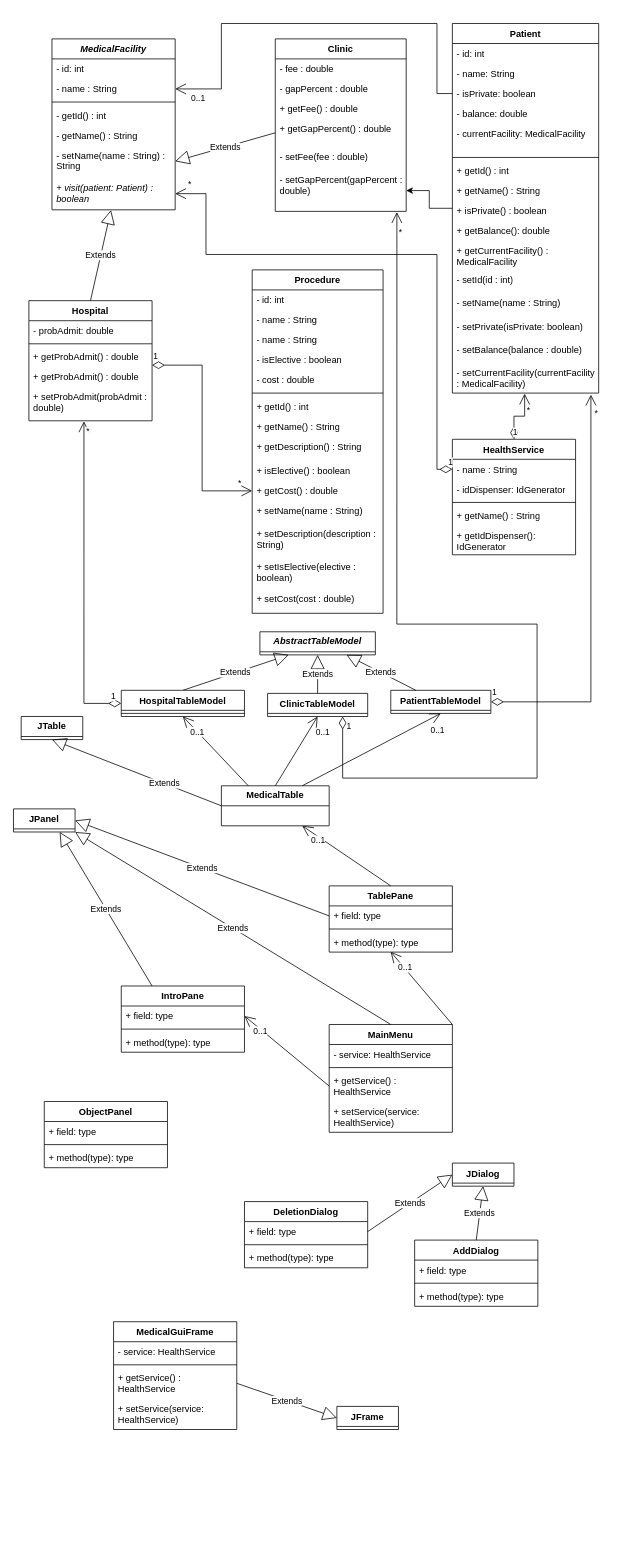
Above: UML_diagram.drawio in YvesStraten/medical-console-gui (draw.io), before the change. Source tidied: cells renumbered, new cells numbered last; positions are measured from the earlier drawing's top-left corner, leaving out a move shared by most shapes. Both pictures are drawn from the tidied source at 77%, with x=0, y=0 at pixel (13, 23).
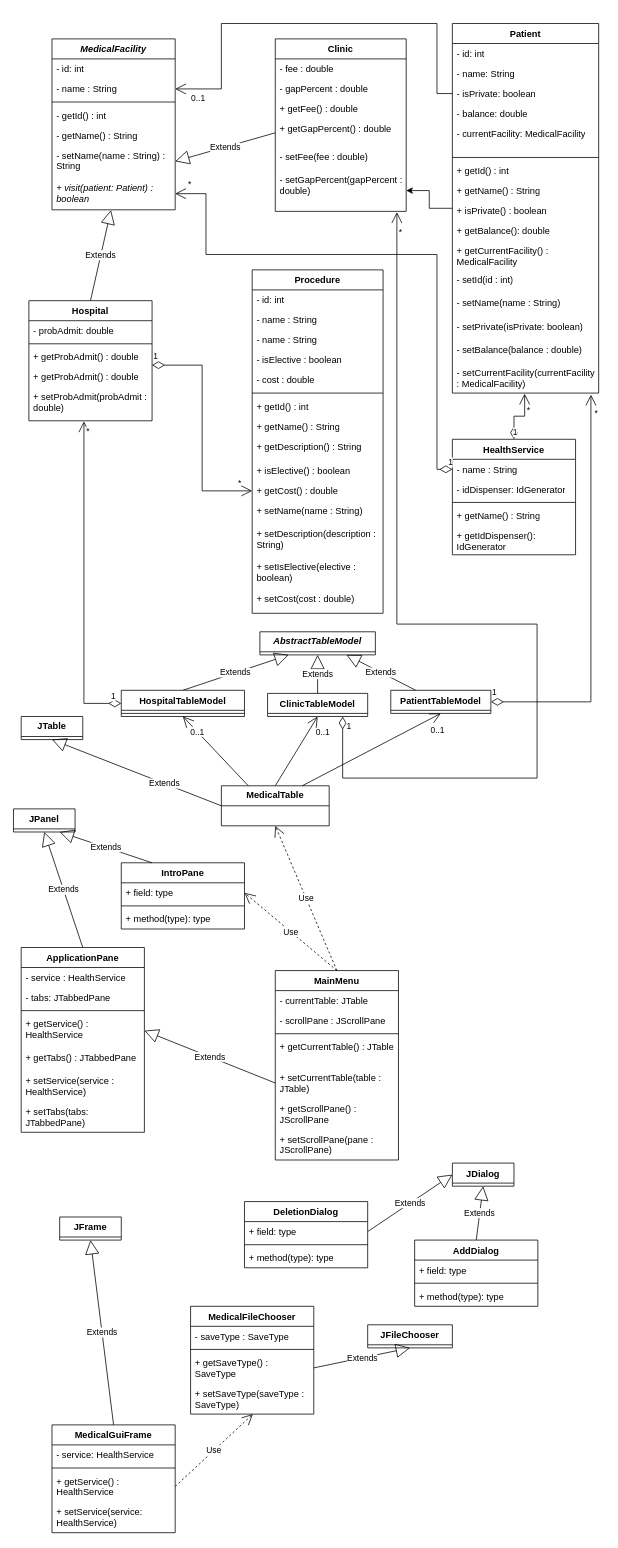
Above is the later version.

Commit message (it also covers changes not shown here):
Updated UML diagram and doc with changes

The change refers to these unchanged cells:
```xml
<mxCell id="2" value="&lt;b&gt;MedicalTable&lt;/b&gt;" style="swimlane;fontStyle=0;horizontal=1;startSize=26;fillColor=none;whiteSpace=wrap;html=1;" parent="1" vertex="1">
  <mxGeometry x="270" y="990" width="140" height="52" as="geometry" />
</mxCell>
<mxCell id="99" value="JPanel" style="swimlane;fontStyle=1;align=center;verticalAlign=top;horizontal=1;startSize=26;whiteSpace=wrap;html=1;" parent="1" vertex="1" collapsed="1">
  <mxGeometry y="1020" width="80" height="30" as="geometry" />
</mxCell>
<mxCell id="109" value="+ field: type" style="text;strokeColor=none;fillColor=none;align=left;verticalAlign=top;spacingLeft=4;spacingRight=4;overflow=hidden;points=[[0,0.5],[1,0.5]];portConstraint=eastwest;whiteSpace=wrap;html=1;" parent="108" vertex="1">
  <mxGeometry y="26" width="160" height="26" as="geometry" />
</mxCell>
<mxCell id="139" value="+ getService() : HealthService" style="text;strokeColor=none;fillColor=none;align=left;verticalAlign=top;spacingLeft=4;spacingRight=4;overflow=hidden;points=[[0,0.5],[1,0.5]];portConstraint=eastwest;whiteSpace=wrap;html=1;" parent="136" vertex="1">
  <mxGeometry y="60" width="160" height="40" as="geometry" />
</mxCell>
```

Diff of the diagram source:
```diff
@@
     <mxCell id="94" value="MainMenu" style="swimlane;fontStyle=1;align=center;verticalAlign=top;horizontal=1;startSize=26;whiteSpace=wrap;html=1;" parent="1" vertex="1">
-      <mxGeometry x="410" y="1300" width="160" height="140" as="geometry" />
+      <mxGeometry x="340" y="1230" width="160" height="246" as="geometry" />
     </mxCell>
-    <mxCell id="95" value="- service: HealthService" style="text;strokeColor=none;fillColor=none;align=left;verticalAlign=top;spacingLeft=4;spacingRight=4;overflow=hidden;whiteSpace=wrap;html=1;" parent="94" vertex="1">
+    <mxCell id="95" value="- currentTable: JTable&lt;div&gt;&lt;br&gt;&lt;/div&gt;" style="text;strokeColor=none;fillColor=none;align=left;verticalAlign=top;spacingLeft=4;spacingRight=4;overflow=hidden;whiteSpace=wrap;html=1;" parent="94" vertex="1">
       <mxGeometry y="26" width="160" height="26" as="geometry" />
     </mxCell>
+    <mxCell id="141" value="- scrollPane : JScrollPane" style="text;strokeColor=none;fillColor=none;align=left;verticalAlign=top;spacingLeft=4;spacingRight=4;overflow=hidden;whiteSpace=wrap;html=1;" parent="94" vertex="1">
+      <mxGeometry y="52" width="160" height="26" as="geometry" />
+    </mxCell>
     <mxCell id="96" style="line;strokeWidth=1;fillColor=none;align=left;verticalAlign=middle;spacingTop=-1;spacingLeft=3;spacingRight=3;labelPosition=right;strokeColor=inherit;" parent="94" vertex="1">
-      <mxGeometry y="52" width="160" height="8" as="geometry" />
+      <mxGeometry y="78" width="160" height="8" as="geometry" />
     </mxCell>
-    <mxCell id="97" value="+ getService() : HealthService" style="text;strokeColor=none;fillColor=none;align=left;verticalAlign=top;spacingLeft=4;spacingRight=4;overflow=hidden;points=[[0,0.5],[1,0.5]];portConstraint=eastwest;whiteSpace=wrap;html=1;" parent="94" vertex="1">
-      <mxGeometry y="60" width="160" height="40" as="geometry" />
+    <mxCell id="97" value="+ getCurrentTable() : JTable" style="text;strokeColor=none;fillColor=none;align=left;verticalAlign=top;spacingLeft=4;spacingRight=4;overflow=hidden;points=[[0,0.5],[1,0.5]];portConstraint=eastwest;whiteSpace=wrap;html=1;" parent="94" vertex="1">
+      <mxGeometry y="86" width="160" height="40" as="geometry" />
     </mxCell>
+    <mxCell id="142" value="+ setCurrentTable(table : JTable)" style="text;strokeColor=none;fillColor=none;align=left;verticalAlign=top;spacingLeft=4;spacingRight=4;overflow=hidden;points=[[0,0.5],[1,0.5]];portConstraint=eastwest;whiteSpace=wrap;html=1;" parent="94" vertex="1">
+      <mxGeometry y="126" width="160" height="40" as="geometry" />
+    </mxCell>
-    <mxCell id="98" value="+ setService(service: HealthService)" style="text;strokeColor=none;fillColor=none;align=left;verticalAlign=top;spacingLeft=4;spacingRight=4;overflow=hidden;whiteSpace=wrap;html=1;" parent="94" vertex="1">
-      <mxGeometry y="100" width="160" height="40" as="geometry" />
+    <mxCell id="98" value="+ getScrollPane() : JScrollPane" style="text;strokeColor=none;fillColor=none;align=left;verticalAlign=top;spacingLeft=4;spacingRight=4;overflow=hidden;whiteSpace=wrap;html=1;" parent="94" vertex="1">
+      <mxGeometry y="166" width="160" height="40" as="geometry" />
     </mxCell>
+    <mxCell id="143" value="+ setScrollPane(pane : JScrollPane)" style="text;strokeColor=none;fillColor=none;align=left;verticalAlign=top;spacingLeft=4;spacingRight=4;overflow=hidden;whiteSpace=wrap;html=1;" parent="94" vertex="1">
+      <mxGeometry y="206" width="160" height="40" as="geometry" />
+    </mxCell>
@@
-    <mxCell id="100" value="Extends" style="endArrow=block;endSize=16;endFill=0;html=1;rounded=0;entryX=1;entryY=1;entryDx=0;entryDy=0;exitX=0.5;exitY=0;exitDx=0;exitDy=0;" parent="1" edge="1" source="94" target="99">
-      <mxGeometry relative="1" as="geometry" />
-    </mxCell>
-    <mxCell id="101" value="TablePane" style="swimlane;fontStyle=1;align=center;verticalAlign=top;horizontal=1;startSize=26;whiteSpace=wrap;html=1;" parent="1" vertex="1">
-      <mxGeometry x="410" y="1120" width="160" height="86" as="geometry" />
-    </mxCell>
-    <mxCell id="102" value="+ field: type" style="text;strokeColor=none;fillColor=none;align=left;verticalAlign=top;spacingLeft=4;spacingRight=4;overflow=hidden;points=[[0,0.5],[1,0.5]];portConstraint=eastwest;whiteSpace=wrap;html=1;" parent="101" vertex="1">
-      <mxGeometry y="26" width="160" height="26" as="geometry" />
-    </mxCell>
-    <mxCell id="103" style="line;strokeWidth=1;fillColor=none;align=left;verticalAlign=middle;spacingTop=-1;spacingLeft=3;spacingRight=3;labelPosition=right;strokeColor=inherit;" parent="101" vertex="1">
-      <mxGeometry y="52" width="160" height="8" as="geometry" />
-    </mxCell>
-    <mxCell id="104" value="+ method(type): type" style="text;strokeColor=none;fillColor=none;align=left;verticalAlign=top;spacingLeft=4;spacingRight=4;overflow=hidden;points=[[0,0.5],[1,0.5]];portConstraint=eastwest;whiteSpace=wrap;html=1;" parent="101" vertex="1">
-      <mxGeometry y="60" width="160" height="26" as="geometry" />
-    </mxCell>
-    <mxCell id="105" value="Extends" style="endArrow=block;endSize=16;endFill=0;html=1;rounded=0;entryX=1;entryY=0.5;entryDx=0;entryDy=0;exitX=0;exitY=0.5;exitDx=0;exitDy=0;" parent="1" edge="1" source="102" target="99">
-      <mxGeometry relative="1" as="geometry" />
-    </mxCell>
-    <mxCell id="106" style="endArrow=open;endFill=1;endSize=12;html=1;rounded=0;exitX=0.5;exitY=0;exitDx=0;exitDy=0;entryX=0.75;entryY=1;entryDx=0;entryDy=0;" parent="1" edge="1" source="101" target="2">
-      <mxGeometry relative="1" as="geometry" />
-    </mxCell>
-    <mxCell id="107" value="0..1" style="edgeLabel;html=1;align=left;verticalAlign=top;" parent="106" vertex="1">
-      <mxGeometry x="0.83" y="-1" relative="1" as="geometry" />
-    </mxCell>
     <mxCell id="108" value="IntroPane" style="swimlane;fontStyle=1;align=center;verticalAlign=top;horizontal=1;startSize=26;whiteSpace=wrap;html=1;" parent="1" vertex="1">
-      <mxGeometry x="140" y="1250" width="160" height="86" as="geometry" />
+      <mxGeometry x="140" y="1090" width="160" height="86" as="geometry" />
     </mxCell>
@@
-    <mxCell id="113" style="endArrow=open;endFill=1;endSize=12;html=1;rounded=0;exitX=0;exitY=0.5;exitDx=0;exitDy=0;entryX=1;entryY=0.5;entryDx=0;entryDy=0;" parent="1" edge="1" source="97" target="109">
-      <mxGeometry relative="1" as="geometry" />
-    </mxCell>
-    <mxCell id="114" value="0..1" style="edgeLabel;html=1;align=left;verticalAlign=top;" parent="113" vertex="1">
-      <mxGeometry x="0.83" y="-1" relative="1" as="geometry" />
-    </mxCell>
-    <mxCell id="115" style="endArrow=open;endFill=1;endSize=12;html=1;rounded=0;exitX=1;exitY=0;exitDx=0;exitDy=0;entryX=0.499;entryY=0.98;entryDx=0;entryDy=0;entryPerimeter=0;" parent="1" edge="1" source="94" target="104">
-      <mxGeometry relative="1" as="geometry" />
-    </mxCell>
-    <mxCell id="116" value="0..1" style="edgeLabel;html=1;align=left;verticalAlign=top;" parent="115" vertex="1">
-      <mxGeometry x="0.83" y="-1" relative="1" as="geometry" />
-    </mxCell>
-    <mxCell id="117" value="ObjectPanel" style="swimlane;fontStyle=1;align=center;verticalAlign=top;horizontal=1;startSize=26;whiteSpace=wrap;html=1;" parent="1" vertex="1">
-      <mxGeometry x="40" y="1400" width="160" height="86" as="geometry" />
-    </mxCell>
-    <mxCell id="118" value="+ field: type" style="text;strokeColor=none;fillColor=none;align=left;verticalAlign=top;spacingLeft=4;spacingRight=4;overflow=hidden;whiteSpace=wrap;html=1;" parent="117" vertex="1">
-      <mxGeometry y="26" width="160" height="26" as="geometry" />
-    </mxCell>
-    <mxCell id="119" style="line;strokeWidth=1;fillColor=none;align=left;verticalAlign=middle;spacingTop=-1;spacingLeft=3;spacingRight=3;labelPosition=right;strokeColor=inherit;" parent="117" vertex="1">
-      <mxGeometry y="52" width="160" height="8" as="geometry" />
-    </mxCell>
-    <mxCell id="120" value="+ method(type): type" style="text;strokeColor=none;fillColor=none;align=left;verticalAlign=top;spacingLeft=4;spacingRight=4;overflow=hidden;whiteSpace=wrap;html=1;" parent="117" vertex="1">
-      <mxGeometry y="60" width="160" height="26" as="geometry" />
-    </mxCell>
@@
     <mxCell id="134" value="JFrame" style="swimlane;fontStyle=1;align=center;verticalAlign=top;horizontal=1;startSize=26;whiteSpace=wrap;html=1;" parent="1" vertex="1" collapsed="1">
-      <mxGeometry x="420" y="1796" width="80" height="30" as="geometry" />
+      <mxGeometry x="60" y="1550" width="80" height="30" as="geometry" />
     </mxCell>
-    <mxCell id="135" value="Extends" style="endArrow=block;endSize=16;endFill=0;html=1;rounded=0;entryX=0;entryY=0.5;entryDx=0;entryDy=0;exitX=1;exitY=0.5;exitDx=0;exitDy=0;" parent="1" edge="1" source="139" target="134">
+    <mxCell id="135" value="Extends" style="endArrow=block;endSize=16;endFill=0;html=1;rounded=0;entryX=0.5;entryY=1;entryDx=0;entryDy=0;exitX=0.5;exitY=0;exitDx=0;exitDy=0;" parent="1" edge="1" source="136" target="134">
       <mxGeometry relative="1" as="geometry" />
     </mxCell>
     <mxCell id="136" value="MedicalGuiFrame" style="swimlane;fontStyle=1;align=center;verticalAlign=top;horizontal=1;startSize=26;whiteSpace=wrap;html=1;" parent="1" vertex="1">
-      <mxGeometry x="130" y="1686" width="160" height="140" as="geometry" />
+      <mxGeometry x="50" y="1820" width="160" height="140" as="geometry" />
     </mxCell>
@@
+    <mxCell id="144" value="MedicalFileChooser" style="swimlane;fontStyle=1;align=center;verticalAlign=top;horizontal=1;startSize=26;whiteSpace=wrap;html=1;" parent="1" vertex="1">
+      <mxGeometry x="230" y="1666" width="160" height="140" as="geometry" />
+    </mxCell>
+    <mxCell id="145" value="- saveType : SaveType" style="text;strokeColor=none;fillColor=none;align=left;verticalAlign=top;spacingLeft=4;spacingRight=4;overflow=hidden;whiteSpace=wrap;html=1;" parent="144" vertex="1">
+      <mxGeometry y="26" width="160" height="26" as="geometry" />
+    </mxCell>
+    <mxCell id="146" style="line;strokeWidth=1;fillColor=none;align=left;verticalAlign=middle;spacingTop=-1;spacingLeft=3;spacingRight=3;labelPosition=right;strokeColor=inherit;" parent="144" vertex="1">
+      <mxGeometry y="52" width="160" height="8" as="geometry" />
+    </mxCell>
+    <mxCell id="147" value="+ getSaveType() : SaveType" style="text;strokeColor=none;fillColor=none;align=left;verticalAlign=top;spacingLeft=4;spacingRight=4;overflow=hidden;points=[[0,0.5],[1,0.5]];portConstraint=eastwest;whiteSpace=wrap;html=1;" parent="144" vertex="1">
+      <mxGeometry y="60" width="160" height="40" as="geometry" />
+    </mxCell>
+    <mxCell id="148" value="+ setSaveType(saveType : SaveType)" style="text;strokeColor=none;fillColor=none;align=left;verticalAlign=top;spacingLeft=4;spacingRight=4;overflow=hidden;points=[[0,0.5],[1,0.5]];portConstraint=eastwest;whiteSpace=wrap;html=1;" parent="144" vertex="1">
+      <mxGeometry y="100" width="160" height="40" as="geometry" />
+    </mxCell>
+    <mxCell id="149" value="JFileChooser" style="swimlane;fontStyle=1;align=center;verticalAlign=top;horizontal=1;startSize=26;whiteSpace=wrap;html=1;" parent="1" vertex="1" collapsed="1">
+      <mxGeometry x="460" y="1690" width="110" height="30" as="geometry" />
+    </mxCell>
+    <mxCell id="150" value="Extends" style="endArrow=block;endSize=16;endFill=0;html=1;rounded=0;exitX=1;exitY=0.5;exitDx=0;exitDy=0;entryX=0.5;entryY=1;entryDx=0;entryDy=0;" parent="1" edge="1" source="147" target="149">
+      <mxGeometry relative="1" as="geometry" />
+    </mxCell>
+    <mxCell id="151" value="Use" style="endArrow=open;endSize=12;dashed=1;html=1;rounded=0;exitX=1;exitY=0.5;exitDx=0;exitDy=0;entryX=0.506;entryY=1;entryDx=0;entryDy=0;entryPerimeter=0;" parent="1" edge="1" source="139" target="148">
+      <mxGeometry relative="1" as="geometry" />
+    </mxCell>
+    <mxCell id="152" value="ApplicationPane" style="swimlane;fontStyle=1;align=center;verticalAlign=top;horizontal=1;startSize=26;whiteSpace=wrap;html=1;" parent="1" vertex="1">
+      <mxGeometry x="10" y="1200" width="160" height="240" as="geometry" />
+    </mxCell>
+    <mxCell id="153" value="- service : HealthService" style="text;strokeColor=none;fillColor=none;align=left;verticalAlign=top;spacingLeft=4;spacingRight=4;overflow=hidden;whiteSpace=wrap;html=1;" parent="152" vertex="1">
+      <mxGeometry y="26" width="160" height="26" as="geometry" />
+    </mxCell>
+    <mxCell id="154" value="- tabs: JTabbedPane" style="text;strokeColor=none;fillColor=none;align=left;verticalAlign=top;spacingLeft=4;spacingRight=4;overflow=hidden;whiteSpace=wrap;html=1;" parent="152" vertex="1">
+      <mxGeometry y="52" width="160" height="26" as="geometry" />
+    </mxCell>
+    <mxCell id="155" style="line;strokeWidth=1;fillColor=none;align=left;verticalAlign=middle;spacingTop=-1;spacingLeft=3;spacingRight=3;labelPosition=right;strokeColor=inherit;" parent="152" vertex="1">
+      <mxGeometry y="78" width="160" height="8" as="geometry" />
+    </mxCell>
+    <mxCell id="156" value="+ getService() : HealthService" style="text;strokeColor=none;fillColor=none;align=left;verticalAlign=top;spacingLeft=4;spacingRight=4;overflow=hidden;points=[[0,0.5],[1,0.5]];portConstraint=eastwest;whiteSpace=wrap;html=1;" parent="152" vertex="1">
+      <mxGeometry y="86" width="160" height="44" as="geometry" />
+    </mxCell>
+    <mxCell id="157" value="+ getTabs() : JTabbedPane" style="text;strokeColor=none;fillColor=none;align=left;verticalAlign=top;spacingLeft=4;spacingRight=4;overflow=hidden;whiteSpace=wrap;html=1;" parent="152" vertex="1">
+      <mxGeometry y="130" width="160" height="30" as="geometry" />
+    </mxCell>
+    <mxCell id="158" value="+ setService(service : HealthService)" style="text;strokeColor=none;fillColor=none;align=left;verticalAlign=top;spacingLeft=4;spacingRight=4;overflow=hidden;whiteSpace=wrap;html=1;" parent="152" vertex="1">
+      <mxGeometry y="160" width="160" height="40" as="geometry" />
+    </mxCell>
+    <mxCell id="159" value="+ setTabs(tabs: JTabbedPane)" style="text;strokeColor=none;fillColor=none;align=left;verticalAlign=top;spacingLeft=4;spacingRight=4;overflow=hidden;whiteSpace=wrap;html=1;" parent="152" vertex="1">
+      <mxGeometry y="200" width="160" height="40" as="geometry" />
+    </mxCell>
+    <mxCell id="160" value="Use" style="endArrow=open;endSize=12;dashed=1;html=1;rounded=0;entryX=0.5;entryY=1;entryDx=0;entryDy=0;exitX=0.5;exitY=0;exitDx=0;exitDy=0;" parent="1" edge="1" source="94" target="2">
+      <mxGeometry relative="1" as="geometry" />
+    </mxCell>
+    <mxCell id="161" value="Use" style="endArrow=open;endSize=12;dashed=1;html=1;rounded=0;entryX=1;entryY=0.5;entryDx=0;entryDy=0;exitX=0.5;exitY=0;exitDx=0;exitDy=0;" parent="1" edge="1" source="94" target="109">
+      <mxGeometry relative="1" as="geometry" />
+    </mxCell>
+    <mxCell id="162" value="Extends" style="endArrow=block;endSize=16;endFill=0;html=1;rounded=0;entryX=0.5;entryY=1;entryDx=0;entryDy=0;exitX=0.5;exitY=0;exitDx=0;exitDy=0;" parent="1" edge="1" source="152" target="99">
+      <mxGeometry relative="1" as="geometry" />
+    </mxCell>
+    <mxCell id="105" value="Extends" style="endArrow=block;endSize=16;endFill=0;html=1;rounded=0;entryX=1;entryY=0.5;entryDx=0;entryDy=0;exitX=0;exitY=0.5;exitDx=0;exitDy=0;" parent="1" edge="1" source="142" target="156">
+      <mxGeometry relative="1" as="geometry" />
+    </mxCell>
```
